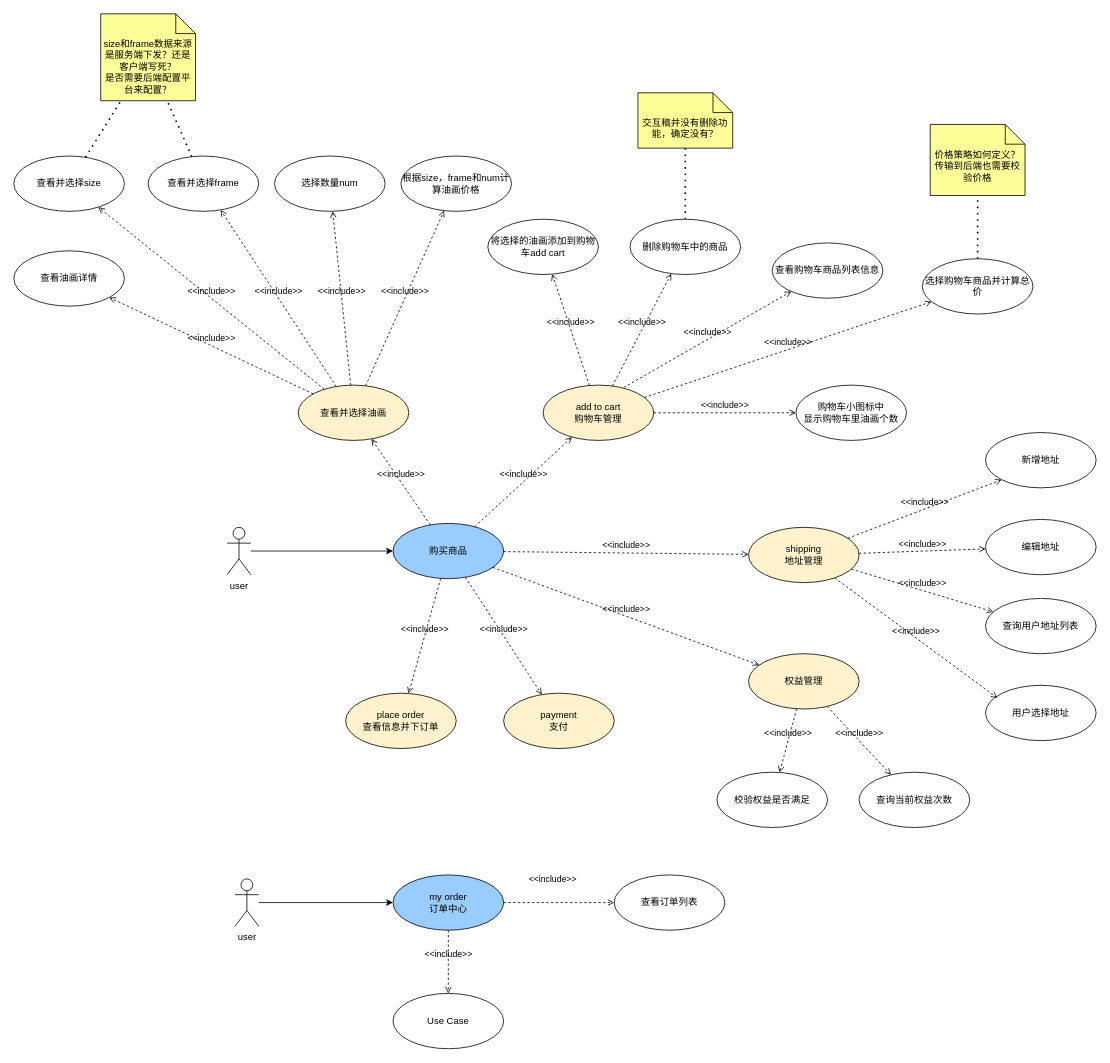
Before: aigc订单系统用例图.drawio in milletzhu/datasource, a draw.io diagram. Source tidied: cells renumbered, new cells numbered last; positions are measured from the earlier drawing's top-left corner, leaving out a move shared by most shapes. Both pictures are drawn from the tidied source at 79%, with x=0, y=0 at pixel (13, 13).
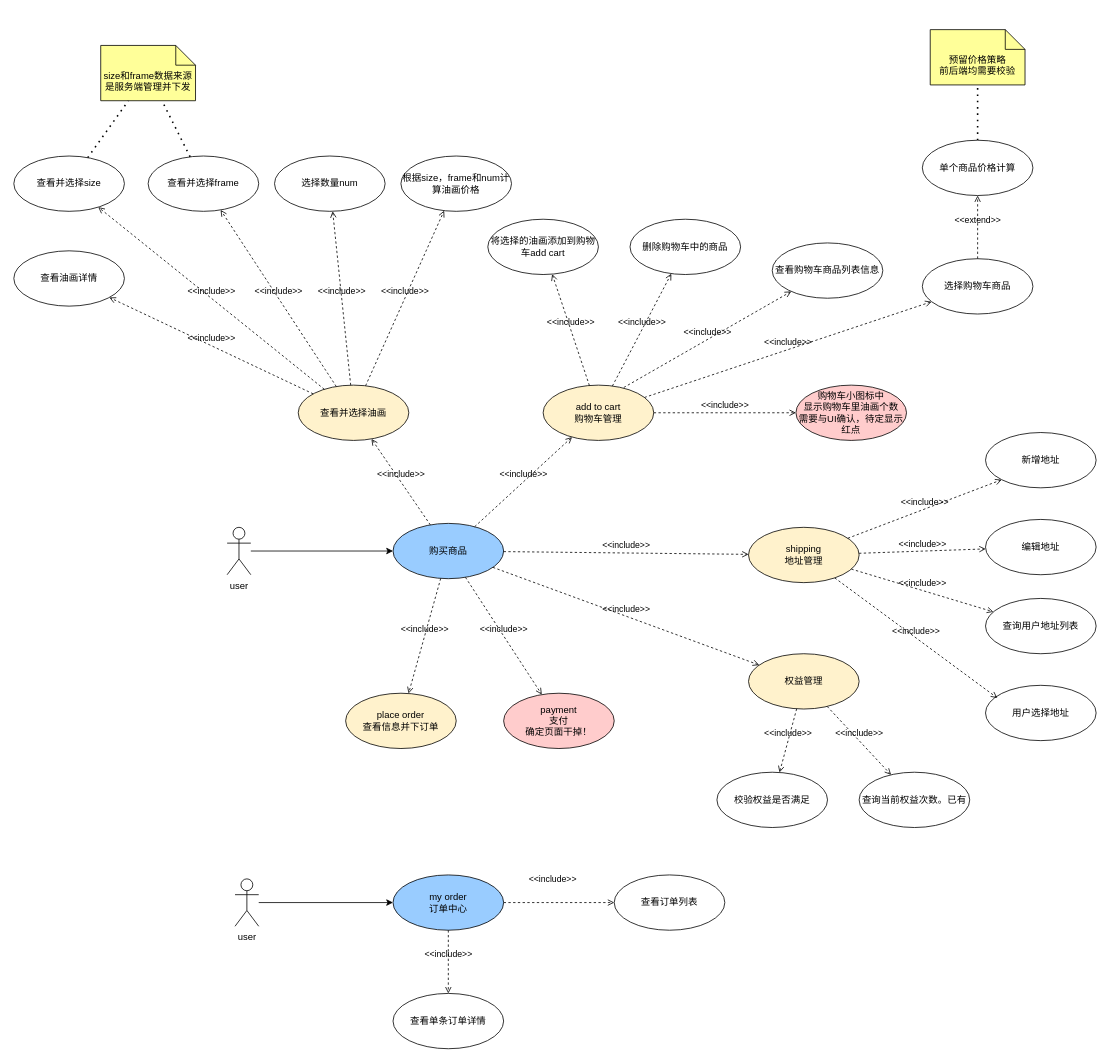
Above is the later version.

Commit message:
更新aigc订单系统用例图.drawio

The change refers to these unchanged cells:
```xml
<mxCell id="59" value="删除购物车中的商品" style="ellipse;whiteSpace=wrap;html=1;" parent="1" vertex="1">
  <mxGeometry x="780" y="260" width="140" height="70" as="geometry" />
</mxCell>
```

Change to the diagram source:
```diff
@@
-    <mxCell id="16" value="payment&lt;br&gt;支付" style="ellipse;whiteSpace=wrap;html=1;fillColor=#FFF2CC;" parent="1" vertex="1">
+    <mxCell id="16" value="payment&lt;br&gt;支付&lt;br&gt;确定页面干掉！" style="ellipse;whiteSpace=wrap;html=1;fillColor=#FFCCCC;" parent="1" vertex="1">
       <mxGeometry x="620" y="860" width="140" height="70" as="geometry" />
     </mxCell>
@@
-    <mxCell id="31" value="查询当前权益次数" style="ellipse;whiteSpace=wrap;html=1;" parent="1" vertex="1">
+    <mxCell id="31" value="查询当前权益次数。已有" style="ellipse;whiteSpace=wrap;html=1;" parent="1" vertex="1">
       <mxGeometry x="1070" y="960" width="140" height="70" as="geometry" />
     </mxCell>
@@
-    <mxCell id="35" value="选择购物车商品并计算总价" style="ellipse;whiteSpace=wrap;html=1;" parent="1" vertex="1">
+    <mxCell id="35" value="选择购物车商品" style="ellipse;whiteSpace=wrap;html=1;" parent="1" vertex="1">
       <mxGeometry x="1150" y="310" width="140" height="70" as="geometry" />
     </mxCell>
@@
-    <mxCell id="37" value="购物车小图标中&lt;br&gt;显示购物车里油画个数" style="ellipse;whiteSpace=wrap;html=1;" parent="1" vertex="1">
+    <mxCell id="37" value="购物车小图标中&lt;br&gt;显示购物车里油画个数&lt;br&gt;需要与UI确认，待定显示红点" style="ellipse;whiteSpace=wrap;html=1;fillColor=#FFCCCC;" parent="1" vertex="1">
       <mxGeometry x="990" y="470" width="140" height="70" as="geometry" />
     </mxCell>
@@
-    <mxCell id="51" value="Use Case" style="ellipse;whiteSpace=wrap;html=1;" parent="1" vertex="1">
+    <mxCell id="51" value="查看单条订单详情" style="ellipse;whiteSpace=wrap;html=1;" parent="1" vertex="1">
       <mxGeometry x="480" y="1240" width="140" height="70" as="geometry" />
     </mxCell>
@@
-    <mxCell id="54" value="价格策略如何定义？&lt;br&gt;传输到后端也需要校验价格" style="shape=note2;boundedLbl=1;whiteSpace=wrap;html=1;size=25;verticalAlign=top;align=center;fillColor=#FFFF99;" parent="1" vertex="1">
-      <mxGeometry x="1160" y="140" width="120" height="90" as="geometry" />
+    <mxCell id="54" value="预留价格策略&lt;br&gt;前后端均需要校验" style="shape=note2;boundedLbl=1;whiteSpace=wrap;html=1;size=25;verticalAlign=top;align=center;fillColor=#FFFF99;" parent="1" vertex="1">
+      <mxGeometry x="1160" y="20" width="120" height="70" as="geometry" />
     </mxCell>
-    <mxCell id="55" style="endArrow=none;dashed=1;html=1;dashPattern=1 3;strokeWidth=2;rounded=0;" parent="1" edge="1" source="35" target="54">
+    <mxCell id="55" style="endArrow=none;dashed=1;html=1;dashPattern=1 3;strokeWidth=2;rounded=0;" parent="1" edge="1" source="63" target="54">
       <mxGeometry relative="1" as="geometry" />
     </mxCell>
-    <mxCell id="56" value="size和frame数据来源是服务端下发？还是客户端写死？&lt;br&gt;是否需要后端配置平台来配置？" style="shape=note2;boundedLbl=1;whiteSpace=wrap;html=1;size=25;verticalAlign=top;align=center;fillColor=#FFFF99;" parent="1" vertex="1">
-      <mxGeometry x="110" width="120" height="110" as="geometry" />
+    <mxCell id="56" value="size和frame数据来源是服务端管理并下发" style="shape=note2;boundedLbl=1;whiteSpace=wrap;html=1;size=25;verticalAlign=top;align=center;fillColor=#FFFF99;" parent="1" vertex="1">
+      <mxGeometry x="110" y="40" width="120" height="70" as="geometry" />
     </mxCell>
@@
-    <mxCell id="61" value="交互稿并没有删除功能，确定没有？" style="shape=note2;boundedLbl=1;whiteSpace=wrap;html=1;size=25;verticalAlign=top;align=center;fillColor=#FFFF99;" parent="1" vertex="1">
-      <mxGeometry x="790" y="100" width="120" height="70" as="geometry" />
-    </mxCell>
-    <mxCell id="62" style="endArrow=none;dashed=1;html=1;dashPattern=1 3;strokeWidth=2;rounded=0;exitX=0.5;exitY=0;exitDx=0;exitDy=0;" parent="1" edge="1" source="59" target="61">
-      <mxGeometry relative="1" as="geometry" />
-    </mxCell>
+    <mxCell id="63" value="单个商品价格计算" style="ellipse;whiteSpace=wrap;html=1;" parent="1" vertex="1">
+      <mxGeometry x="1150" y="160" width="140" height="70" as="geometry" />
+    </mxCell>
+    <mxCell id="64" value="&amp;lt;&amp;lt;extend&amp;gt;&amp;gt;" style="html=1;verticalAlign=bottom;labelBackgroundColor=none;endArrow=open;endFill=0;dashed=1;rounded=0;exitX=0.5;exitY=0;exitDx=0;exitDy=0;" parent="1" edge="1" source="35" target="63">
+      <mxGeometry relative="1" as="geometry" />
+    </mxCell>
```
